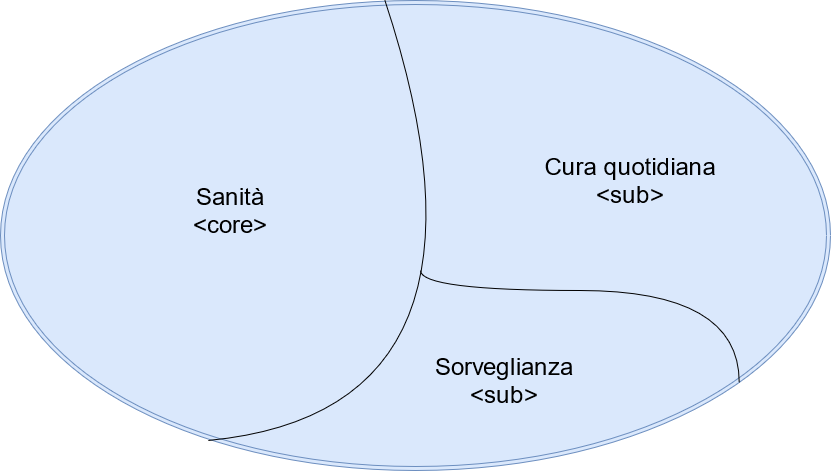
Above: DrawIo/domainsMap.png in SmartDogHouse/Report (draw.io), before the change. Source tidied: cells renumbered, new cells last; positions are measured from the earlier drawing's top-left corner, leaving out a move shared by most shapes. Source of this version:
```xml
<mxGraphModel>
  <root>
    <mxCell id="0" />
    <mxCell id="1" parent="0" />
    <mxCell id="2" style="ellipse;shape=doubleEllipse;whiteSpace=wrap;html=1;fillColor=#dae8fc;strokeColor=#6c8ebf;" parent="1" vertex="1">
      <mxGeometry width="830" height="470" as="geometry" />
    </mxCell>
    <mxCell id="3" style="endArrow=none;html=1;exitX=0.251;exitY=0.936;exitDx=0;exitDy=0;exitPerimeter=0;entryX=0.463;entryY=-0.001;entryDx=0;entryDy=0;entryPerimeter=0;edgeStyle=orthogonalEdgeStyle;curved=1;" parent="1" edge="1" source="2" target="2">
      <mxGeometry relative="1" as="geometry">
        <Array as="points">
          <mxPoint x="520" y="410" />
        </Array>
      </mxGeometry>
    </mxCell>
    <mxCell id="4" value="&lt;div&gt;Sorveglianza&lt;/div&gt;&lt;div&gt;&amp;lt;sub&amp;gt;&lt;br&gt;&lt;/div&gt;" style="text;html=1;strokeColor=none;fillColor=none;align=center;verticalAlign=middle;whiteSpace=wrap;rounded=0;strokeWidth=0;fontSize=24;" parent="1" vertex="1">
      <mxGeometry x="414" y="340" width="180" height="80" as="geometry" />
    </mxCell>
    <mxCell id="5" value="&lt;div&gt;Sanità&lt;/div&gt;&lt;div&gt;&amp;lt;core&amp;gt;&lt;br&gt;&lt;/div&gt;" style="text;html=1;strokeColor=none;fillColor=none;align=center;verticalAlign=middle;whiteSpace=wrap;rounded=0;strokeWidth=0;fontSize=24;" parent="1" vertex="1">
      <mxGeometry x="140" y="170" width="180" height="80" as="geometry" />
    </mxCell>
    <mxCell id="6" value="&lt;div&gt;Cura quotidiana&lt;/div&gt;&lt;div&gt;&amp;lt;sub&amp;gt;&lt;br&gt;&lt;/div&gt;" style="text;html=1;strokeColor=none;fillColor=none;align=center;verticalAlign=middle;whiteSpace=wrap;rounded=0;strokeWidth=0;fontSize=24;" parent="1" vertex="1">
      <mxGeometry x="540" y="140" width="180" height="80" as="geometry" />
    </mxCell>
    <mxCell id="7" style="endArrow=none;html=1;fontSize=24;exitX=0.89;exitY=0.812;exitDx=0;exitDy=0;exitPerimeter=0;edgeStyle=orthogonalEdgeStyle;curved=1;" parent="1" edge="1" source="2">
      <mxGeometry relative="1" as="geometry">
        <mxPoint x="420" y="270" as="targetPoint" />
        <Array as="points">
          <mxPoint x="739" y="290" />
          <mxPoint x="420" y="290" />
        </Array>
      </mxGeometry>
    </mxCell>
  </root>
</mxGraphModel>
```
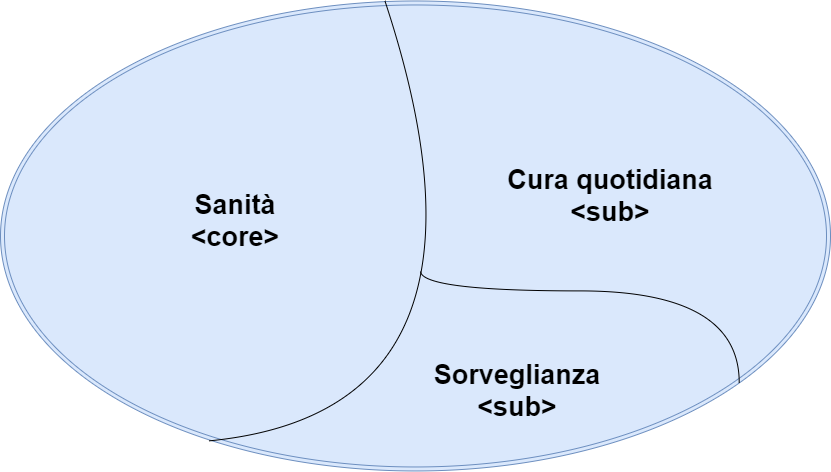
After the change.

What changed in the source:
```diff
@@ -2,26 +2,26 @@
   <root>
     <mxCell id="0" />
     <mxCell id="1" parent="0" />
-    <mxCell id="2" style="ellipse;shape=doubleEllipse;whiteSpace=wrap;html=1;fillColor=#dae8fc;strokeColor=#6c8ebf;" parent="1" vertex="1">
+    <mxCell id="2" style="ellipse;shape=doubleEllipse;whiteSpace=wrap;html=1;fillColor=#dae8fc;strokeColor=#6c8ebf;fontStyle=1;fontSize=27;" parent="1" vertex="1">
       <mxGeometry width="830" height="470" as="geometry" />
     </mxCell>
-    <mxCell id="3" style="endArrow=none;html=1;exitX=0.251;exitY=0.936;exitDx=0;exitDy=0;exitPerimeter=0;entryX=0.463;entryY=-0.001;entryDx=0;entryDy=0;entryPerimeter=0;edgeStyle=orthogonalEdgeStyle;curved=1;" parent="1" edge="1" source="2" target="2">
+    <mxCell id="3" style="endArrow=none;html=1;exitX=0.251;exitY=0.936;exitDx=0;exitDy=0;exitPerimeter=0;entryX=0.463;entryY=-0.001;entryDx=0;entryDy=0;entryPerimeter=0;edgeStyle=orthogonalEdgeStyle;curved=1;fontStyle=1;fontSize=27;" parent="1" edge="1" source="2" target="2">
       <mxGeometry relative="1" as="geometry">
         <Array as="points">
           <mxPoint x="520" y="410" />
         </Array>
       </mxGeometry>
     </mxCell>
-    <mxCell id="4" value="&lt;div&gt;Sorveglianza&lt;/div&gt;&lt;div&gt;&amp;lt;sub&amp;gt;&lt;br&gt;&lt;/div&gt;" style="text;html=1;strokeColor=none;fillColor=none;align=center;verticalAlign=middle;whiteSpace=wrap;rounded=0;strokeWidth=0;fontSize=24;" parent="1" vertex="1">
-      <mxGeometry x="414" y="340" width="180" height="80" as="geometry" />
+    <mxCell id="4" value="&lt;div style=&quot;font-size: 27px;&quot;&gt;Sorveglianza&lt;/div&gt;&lt;div style=&quot;font-size: 27px;&quot;&gt;&amp;lt;sub&amp;gt;&lt;br style=&quot;font-size: 27px;&quot;&gt;&lt;/div&gt;" style="text;html=1;strokeColor=none;fillColor=none;align=center;verticalAlign=middle;whiteSpace=wrap;rounded=0;strokeWidth=0;fontSize=27;fontStyle=1;" parent="1" vertex="1">
+      <mxGeometry x="414" y="340" width="206" height="100" as="geometry" />
     </mxCell>
-    <mxCell id="5" value="&lt;div&gt;Sanità&lt;/div&gt;&lt;div&gt;&amp;lt;core&amp;gt;&lt;br&gt;&lt;/div&gt;" style="text;html=1;strokeColor=none;fillColor=none;align=center;verticalAlign=middle;whiteSpace=wrap;rounded=0;strokeWidth=0;fontSize=24;" parent="1" vertex="1">
-      <mxGeometry x="140" y="170" width="180" height="80" as="geometry" />
+    <mxCell id="5" value="&lt;div style=&quot;font-size: 27px;&quot;&gt;Sanità&lt;/div&gt;&lt;div style=&quot;font-size: 27px;&quot;&gt;&amp;lt;core&amp;gt;&lt;br style=&quot;font-size: 27px;&quot;&gt;&lt;/div&gt;" style="text;html=1;strokeColor=none;fillColor=none;align=center;verticalAlign=middle;whiteSpace=wrap;rounded=0;strokeWidth=0;fontSize=27;fontStyle=1;" parent="1" vertex="1">
+      <mxGeometry x="140" y="170" width="190" height="100" as="geometry" />
     </mxCell>
-    <mxCell id="6" value="&lt;div&gt;Cura quotidiana&lt;/div&gt;&lt;div&gt;&amp;lt;sub&amp;gt;&lt;br&gt;&lt;/div&gt;" style="text;html=1;strokeColor=none;fillColor=none;align=center;verticalAlign=middle;whiteSpace=wrap;rounded=0;strokeWidth=0;fontSize=24;" parent="1" vertex="1">
-      <mxGeometry x="540" y="140" width="180" height="80" as="geometry" />
+    <mxCell id="6" value="&lt;div style=&quot;font-size: 27px;&quot;&gt;Cura quotidiana&lt;/div&gt;&lt;div style=&quot;font-size: 27px;&quot;&gt;&amp;lt;sub&amp;gt;&lt;br style=&quot;font-size: 27px;&quot;&gt;&lt;/div&gt;" style="text;html=1;strokeColor=none;fillColor=none;align=center;verticalAlign=middle;whiteSpace=wrap;rounded=0;strokeWidth=0;fontSize=27;fontStyle=1;" parent="1" vertex="1">
+      <mxGeometry x="500" y="140" width="220" height="110" as="geometry" />
     </mxCell>
-    <mxCell id="7" style="endArrow=none;html=1;fontSize=24;exitX=0.89;exitY=0.812;exitDx=0;exitDy=0;exitPerimeter=0;edgeStyle=orthogonalEdgeStyle;curved=1;" parent="1" edge="1" source="2">
+    <mxCell id="7" style="endArrow=none;html=1;fontSize=27;exitX=0.89;exitY=0.812;exitDx=0;exitDy=0;exitPerimeter=0;edgeStyle=orthogonalEdgeStyle;curved=1;fontStyle=1;" parent="1" edge="1" source="2">
       <mxGeometry relative="1" as="geometry">
         <mxPoint x="420" y="270" as="targetPoint" />
         <Array as="points">
```
